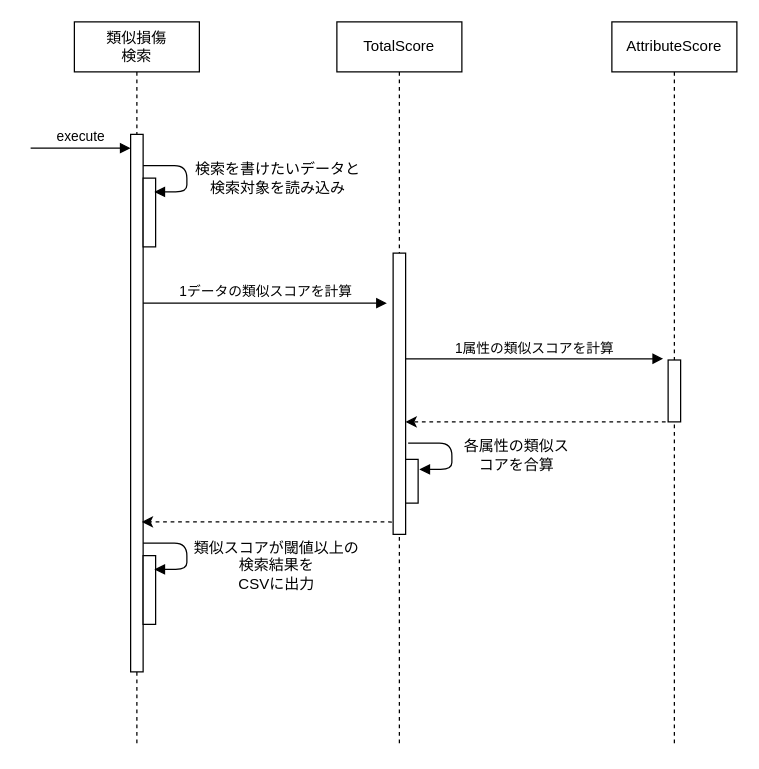
This is Diagram/Sequence.drawio from ShunsukeHISHIDA/similar-damage-detection, a draw.io file, before an edit. Source tidied: cells renumbered, new cells numbered last; positions are measured from the earlier drawing's top-left corner, leaving out a move shared by most shapes. Both pictures are drawn from the tidied source at 125%, with x=0, y=0 at pixel (30, 21).
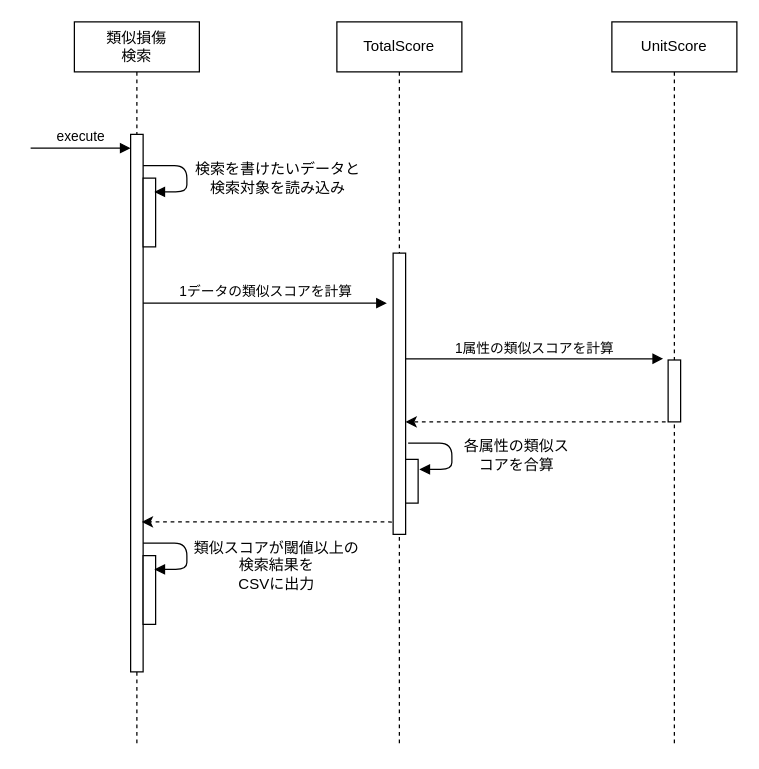
After the change.

Diff of the diagram source:
```diff
@@
-    <mxCell id="10" value="AttributeScore" style="shape=umlLifeline;perimeter=lifelinePerimeter;whiteSpace=wrap;html=1;" parent="1" vertex="1">
+    <mxCell id="10" value="UnitScore" style="shape=umlLifeline;perimeter=lifelinePerimeter;whiteSpace=wrap;html=1;" parent="1" vertex="1">
       <mxGeometry x="465" width="100" height="580" as="geometry" />
     </mxCell>
```
